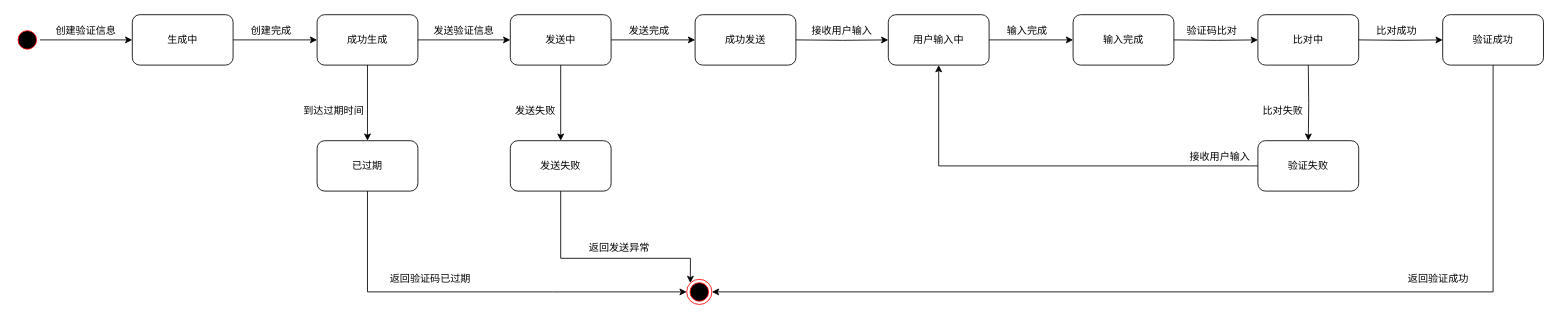
Above: Vertification状态图.drawio in PomeloLemon/SoftwareDiagrams (draw.io), before the change. Source tidied: cells renumbered, new cells numbered last; positions are measured from the earlier drawing's top-left corner, leaving out a move shared by most shapes. Both pictures are drawn from the tidied source at 84%, with x=0, y=0 at pixel (14, 14).
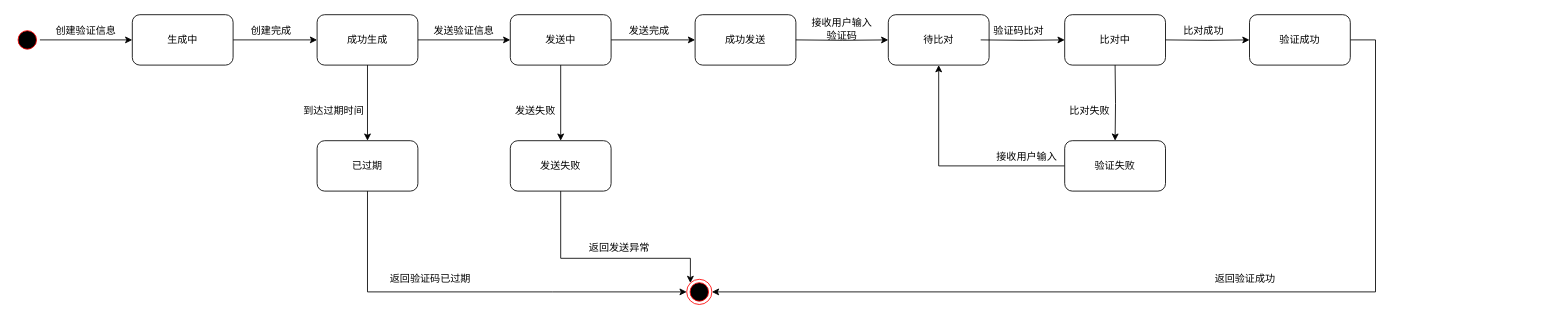
The same diagram, later.

Commit message (it also covers changes not shown here):
更新Vertification状态图.drawio

The change refers to these unchanged cells:
```xml
<mxCell id="32" style="ellipse;html=1;shape=endState;fillColor=#000000;strokeColor=#ff0000;" parent="1" vertex="1">
  <mxGeometry x="800" y="315" width="30" height="30" as="geometry" />
</mxCell>
```

What changed in the source:
```diff
@@
-    <mxCell id="18" style="edgeStyle=orthogonalEdgeStyle;rounded=0;jettySize=auto;html=1;entryX=0;entryY=0.5;entryDx=0;entryDy=0;" parent="1" edge="1" source="19" target="20">
-      <mxGeometry relative="1" as="geometry" />
-    </mxCell>
-    <mxCell id="19" value="用户输入中" style="rounded=1;whiteSpace=wrap;html=1;" parent="1" vertex="1">
+    <mxCell id="19" value="待比对" style="rounded=1;whiteSpace=wrap;html=1;" parent="1" vertex="1">
       <mxGeometry x="1040" width="120" height="60" as="geometry" />
     </mxCell>
-    <mxCell id="20" value="输入完成" style="rounded=1;whiteSpace=wrap;html=1;" parent="1" vertex="1">
-      <mxGeometry x="1260" width="120" height="60" as="geometry" />
-    </mxCell>
-    <mxCell id="21" value="输入完成" style="text;html=1;align=center;verticalAlign=middle;strokeColor=none;fillColor=none;" parent="1" vertex="1">
-      <mxGeometry x="1170" y="5" width="70" height="30" as="geometry" />
-    </mxCell>
-    <mxCell id="22" value="接收用户输入" style="text;html=1;strokeColor=none;fillColor=none;align=center;verticalAlign=middle;whiteSpace=wrap;rounded=0;" parent="1" vertex="1">
-      <mxGeometry x="920" y="5" width="130" height="30" as="geometry" />
+    <mxCell id="22" value="接收用户输入&lt;br&gt;验证码" style="text;html=1;strokeColor=none;fillColor=none;align=center;verticalAlign=middle;whiteSpace=wrap;rounded=0;" parent="1" vertex="1">
+      <mxGeometry x="920" y="2" width="130" height="30" as="geometry" />
     </mxCell>
     <mxCell id="23" style="edgeStyle=orthogonalEdgeStyle;rounded=0;jettySize=auto;html=1;entryX=0;entryY=0.5;entryDx=0;entryDy=0;" parent="1" edge="1" target="24">
       <mxGeometry relative="1" as="geometry">
-        <mxPoint x="1380" y="30" as="sourcePoint" />
+        <mxPoint x="1150" y="30" as="sourcePoint" />
       </mxGeometry>
     </mxCell>
     <mxCell id="24" value="比对中" style="rounded=1;whiteSpace=wrap;html=1;" parent="1" vertex="1">
-      <mxGeometry x="1480" width="120" height="60" as="geometry" />
+      <mxGeometry x="1250" width="120" height="60" as="geometry" />
     </mxCell>
     <mxCell id="25" value="验证码比对" style="text;html=1;align=center;verticalAlign=middle;strokeColor=none;fillColor=none;" parent="1" vertex="1">
-      <mxGeometry x="1385" y="5" width="80" height="30" as="geometry" />
+      <mxGeometry x="1155" y="5" width="80" height="30" as="geometry" />
     </mxCell>
@@
     <mxCell id="35" style="edgeStyle=orthogonalEdgeStyle;rounded=0;jettySize=auto;html=1;entryX=0;entryY=0.5;entryDx=0;entryDy=0;" parent="1" edge="1" target="37">
       <mxGeometry relative="1" as="geometry">
-        <mxPoint x="1600" y="30" as="sourcePoint" />
+        <mxPoint x="1370" y="30" as="sourcePoint" />
       </mxGeometry>
     </mxCell>
     <mxCell id="36" style="edgeStyle=orthogonalEdgeStyle;rounded=0;jettySize=auto;html=1;entryX=1;entryY=0.5;entryDx=0;entryDy=0;" parent="1" edge="1" source="37" target="32">
       <mxGeometry relative="1" as="geometry">
         <Array as="points">
-          <mxPoint x="1760" y="330" />
+          <mxPoint x="1620" y="30" />
+          <mxPoint x="1620" y="330" />
         </Array>
       </mxGeometry>
     </mxCell>
     <mxCell id="37" value="验证成功" style="rounded=1;whiteSpace=wrap;html=1;" parent="1" vertex="1">
-      <mxGeometry x="1700" width="120" height="60" as="geometry" />
+      <mxGeometry x="1470" width="120" height="60" as="geometry" />
     </mxCell>
     <mxCell id="38" value="比对成功" style="text;html=1;align=center;verticalAlign=middle;strokeColor=none;fillColor=none;" parent="1" vertex="1">
-      <mxGeometry x="1610" y="5" width="70" height="30" as="geometry" />
+      <mxGeometry x="1380" y="5" width="70" height="30" as="geometry" />
     </mxCell>
     <mxCell id="39" value="返回验证成功" style="text;html=1;strokeColor=none;fillColor=none;align=center;verticalAlign=middle;whiteSpace=wrap;rounded=0;" parent="1" vertex="1">
-      <mxGeometry x="1620" y="300" width="150" height="30" as="geometry" />
+      <mxGeometry x="1390" y="300" width="150" height="30" as="geometry" />
     </mxCell>
     <mxCell id="40" style="edgeStyle=orthogonalEdgeStyle;rounded=0;jettySize=auto;html=1;entryX=0.5;entryY=0;entryDx=0;entryDy=0;" parent="1" edge="1" target="42">
       <mxGeometry relative="1" as="geometry">
-        <mxPoint x="1540" y="60" as="sourcePoint" />
+        <mxPoint x="1310" y="60" as="sourcePoint" />
       </mxGeometry>
     </mxCell>
@@
     <mxCell id="42" value="验证失败" style="rounded=1;whiteSpace=wrap;html=1;" parent="1" vertex="1">
-      <mxGeometry x="1480" y="150" width="120" height="60" as="geometry" />
+      <mxGeometry x="1250" y="150" width="120" height="60" as="geometry" />
     </mxCell>
     <mxCell id="43" value="比对失败" style="text;html=1;strokeColor=none;fillColor=none;align=center;verticalAlign=middle;whiteSpace=wrap;rounded=0;" parent="1" vertex="1">
-      <mxGeometry x="1480" y="100" width="60" height="30" as="geometry" />
+      <mxGeometry x="1250" y="100" width="60" height="30" as="geometry" />
     </mxCell>
     <mxCell id="44" value="接收用户输入" style="text;html=1;strokeColor=none;fillColor=none;align=center;verticalAlign=middle;whiteSpace=wrap;rounded=0;" parent="1" vertex="1">
-      <mxGeometry x="1370" y="154" width="130" height="30" as="geometry" />
+      <mxGeometry x="1140" y="154" width="130" height="30" as="geometry" />
     </mxCell>
```
